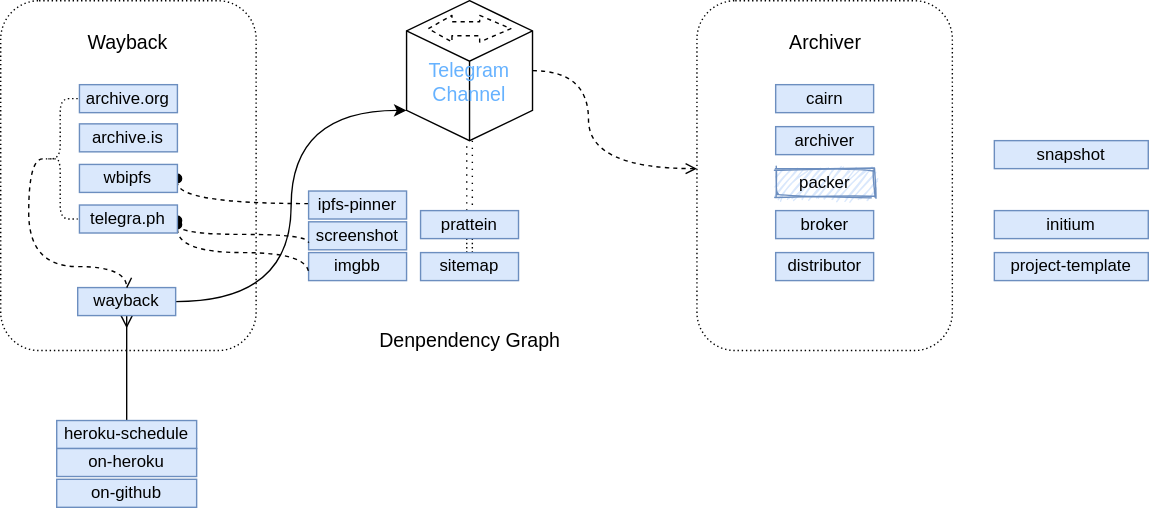
Before: assets/dependency-graph.svg, a diagram exported from draw.io (wabarc/initium). Source tidied: cells renumbered, new cells last; positions are measured from the earlier drawing's top-left corner, leaving out a move shared by most shapes.
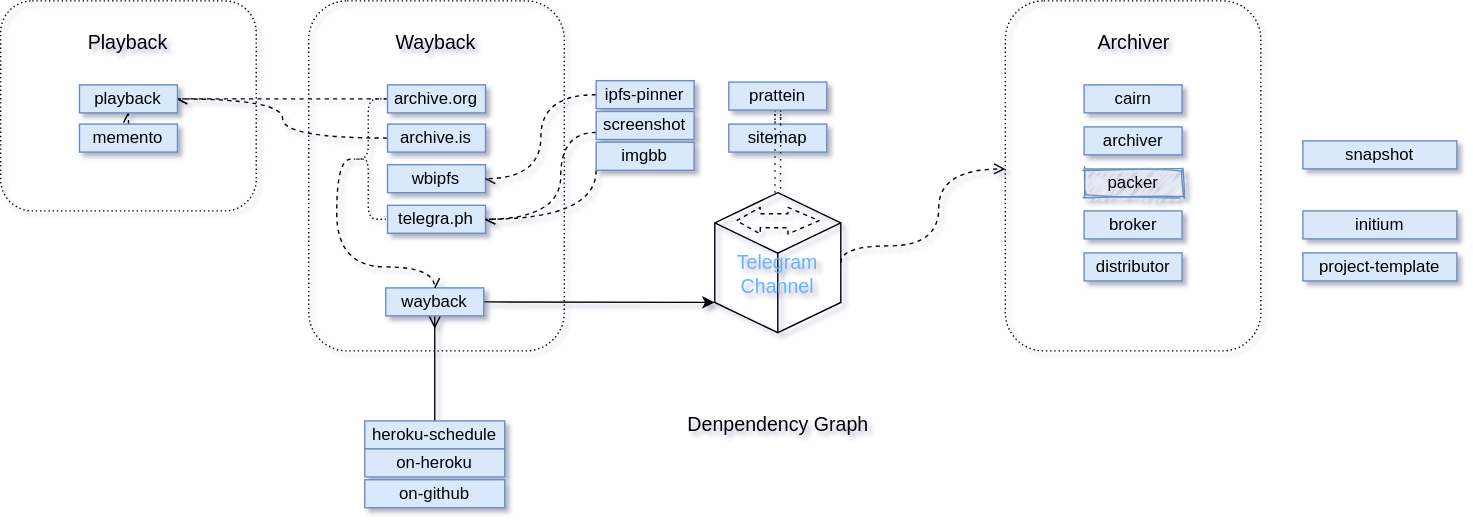
The same diagram one commit later.

Change to the diagram source:
```diff
@@ -1,4 +1,4 @@
-<mxGraphModel>
+<mxGraphModel shadow="1">
   <root>
     <mxCell id="0" />
     <mxCell id="1" parent="0" />
@@ -30,29 +30,19 @@
       <mxGeometry relative="1" as="geometry" />
     </mxCell>
     <mxCell id="11" value="sitemap" style="whiteSpace=wrap;html=1;rounded=0;glass=0;sketch=0;strokeColor=#6c8ebf;strokeWidth=1;fillColor=#dae8fc;imageAspect=1;imageWidth=30;imageHeight=30;shadow=0;" parent="1" vertex="1">
-      <mxGeometry x="300" y="180" width="70" height="20" as="geometry" />
+      <mxGeometry x="300" y="88" width="70" height="20" as="geometry" />
     </mxCell>
     <mxCell id="12" value="snapshot" style="whiteSpace=wrap;html=1;rounded=0;glass=0;sketch=0;strokeColor=#6c8ebf;strokeWidth=1;fillColor=#dae8fc;imageAspect=1;imageWidth=30;imageHeight=30;shadow=0;" parent="1" vertex="1">
       <mxGeometry x="710" y="100" width="110" height="20" as="geometry" />
     </mxCell>
-    <mxCell id="13" style="edgeStyle=orthogonalEdgeStyle;curved=1;rounded=0;sketch=0;jumpStyle=none;jettySize=auto;html=1;shadow=0;startArrow=none;startFill=0;endArrow=oval;endFill=1;strokeColor=#000000;entryX=1;entryY=0.5;entryDx=0;entryDy=0;dashed=1;" parent="1" edge="1" source="14" target="28">
-      <mxGeometry relative="1" as="geometry">
-        <Array as="points">
-          <mxPoint x="126" y="145" />
-        </Array>
-      </mxGeometry>
-    </mxCell>
-    <mxCell id="14" value="ipfs-pinner" style="whiteSpace=wrap;html=1;rounded=0;glass=0;sketch=0;strokeColor=#6c8ebf;strokeWidth=1;fillColor=#dae8fc;imageAspect=1;imageWidth=30;imageHeight=30;shadow=0;" parent="1" vertex="1">
-      <mxGeometry x="220" y="136" width="70" height="20" as="geometry" />
-    </mxCell>
     <mxCell id="15" value="cairn" style="whiteSpace=wrap;html=1;rounded=0;glass=0;sketch=0;strokeColor=#6c8ebf;strokeWidth=1;fillColor=#dae8fc;imageAspect=1;imageWidth=30;imageHeight=30;shadow=0;" parent="1" vertex="1">
       <mxGeometry x="553.8" y="60" width="70" height="20" as="geometry" />
     </mxCell>
-    <mxCell id="16" style="edgeStyle=orthogonalEdgeStyle;curved=1;rounded=0;sketch=0;jumpStyle=none;jettySize=auto;html=1;entryX=0.5;entryY=1;entryDx=0;entryDy=0;entryPerimeter=0;shadow=0;startArrow=none;startFill=0;endArrow=none;endFill=0;strokeColor=#000000;dashed=1;dashPattern=1 4;shape=link;" parent="1" edge="1" source="17" target="23">
+    <mxCell id="16" style="edgeStyle=orthogonalEdgeStyle;curved=1;rounded=0;sketch=0;jumpStyle=none;jettySize=auto;html=1;entryX=0.5;entryY=0;entryDx=0;entryDy=0;entryPerimeter=0;shadow=0;startArrow=none;startFill=0;endArrow=none;endFill=0;strokeColor=#000000;dashed=1;dashPattern=1 4;shape=link;" parent="1" edge="1" source="17" target="23">
       <mxGeometry relative="1" as="geometry" />
     </mxCell>
     <mxCell id="17" value="prattein" style="whiteSpace=wrap;html=1;rounded=0;glass=0;sketch=0;strokeColor=#6c8ebf;strokeWidth=1;fillColor=#dae8fc;imageAspect=1;imageWidth=30;imageHeight=30;shadow=0;" parent="1" vertex="1">
-      <mxGeometry x="300" y="150" width="70" height="20" as="geometry" />
+      <mxGeometry x="300" y="58" width="70" height="20" as="geometry" />
     </mxCell>
     <mxCell id="18" value="archiver" style="whiteSpace=wrap;html=1;rounded=0;glass=0;sketch=0;strokeColor=#6c8ebf;strokeWidth=1;fillColor=#dae8fc;imageAspect=1;imageWidth=30;imageHeight=30;shadow=0;" parent="1" vertex="1">
       <mxGeometry x="553.8" y="90" width="70" height="20" as="geometry" />
@@ -67,7 +57,7 @@
       <mxGeometry x="553.8" y="180" width="70" height="20" as="geometry" />
     </mxCell>
     <mxCell id="22" style="group;shadow=0;sketch=0;" parent="1" vertex="1">
-      <mxGeometry x="290" width="90" height="100" as="geometry" />
+      <mxGeometry x="290" y="137" width="90" height="100" as="geometry" />
     </mxCell>
     <mxCell id="23" value="&lt;span style=&quot;font-size: 14px&quot;&gt;&lt;br&gt;&lt;font color=&quot;#66b2ff&quot;&gt;Telegram&lt;br&gt;Channel&lt;/font&gt;&lt;/span&gt;" style="html=1;whiteSpace=wrap;shape=isoCube2;backgroundOutline=1;isoAngle=15;rounded=0;glass=0;sketch=0;strokeWidth=1;fillColor=none;shadow=0;" parent="22" vertex="1">
       <mxGeometry width="90" height="100" as="geometry" />
@@ -82,8 +72,8 @@
       <mxGeometry relative="1" as="geometry">
         <mxPoint x="497.5" y="120" as="targetPoint" />
         <Array as="points">
-          <mxPoint x="420" y="50" />
-          <mxPoint x="420" y="120" />
+          <mxPoint x="450" y="175" />
+          <mxPoint x="450" y="120" />
         </Array>
       </mxGeometry>
     </mxCell>
@@ -96,9 +86,15 @@
     <mxCell id="28" value="wbipfs" style="whiteSpace=wrap;html=1;rounded=0;glass=0;sketch=0;strokeColor=#6c8ebf;strokeWidth=1;fillColor=#dae8fc;imageAspect=1;imageWidth=30;imageHeight=30;shadow=0;" parent="1" vertex="1">
       <mxGeometry x="56.2" y="117" width="70" height="20" as="geometry" />
     </mxCell>
+    <mxCell id="41" style="edgeStyle=orthogonalEdgeStyle;curved=1;rounded=0;jettySize=auto;html=1;exitX=0;exitY=0.5;exitDx=0;exitDy=0;entryX=1;entryY=0.5;entryDx=0;entryDy=0;dashed=1;endArrow=openAsync;endFill=0;" parent="1" edge="1" source="29" target="46">
+      <mxGeometry relative="1" as="geometry" />
+    </mxCell>
     <mxCell id="29" value="archive.is" style="whiteSpace=wrap;html=1;rounded=0;glass=0;sketch=0;strokeColor=#6c8ebf;strokeWidth=1;fillColor=#dae8fc;imageAspect=1;imageWidth=30;imageHeight=30;shadow=0;" parent="1" vertex="1">
       <mxGeometry x="56.2" y="88" width="70" height="20" as="geometry" />
     </mxCell>
+    <mxCell id="42" style="edgeStyle=orthogonalEdgeStyle;rounded=0;jettySize=auto;html=1;exitX=0;exitY=0.5;exitDx=0;exitDy=0;entryX=1;entryY=0.5;entryDx=0;entryDy=0;curved=1;dashed=1;endArrow=openAsync;endFill=0;" parent="1" edge="1" source="30" target="46">
+      <mxGeometry relative="1" as="geometry" />
+    </mxCell>
     <mxCell id="30" value="archive.org" style="whiteSpace=wrap;html=1;rounded=0;glass=0;sketch=0;strokeColor=#6c8ebf;strokeWidth=1;fillColor=#dae8fc;imageAspect=1;imageWidth=30;imageHeight=30;shadow=0;" parent="1" vertex="1">
       <mxGeometry x="56.2" y="60" width="70" height="20" as="geometry" />
     </mxCell>
@@ -118,37 +114,51 @@
       <mxGeometry x="30" y="70" width="25" height="86" as="geometry" />
     </mxCell>
     <mxCell id="34" value="&lt;font style=&quot;font-size: 14px ; font-weight: normal&quot;&gt;Denpendency Graph&lt;/font&gt;" style="text;strokeColor=none;fillColor=none;html=1;fontSize=24;fontStyle=1;verticalAlign=middle;align=center;rounded=0;shadow=0;glass=0;dashed=1;dashPattern=1 2;sketch=0;" parent="1" vertex="1">
-      <mxGeometry x="267.5" y="220" width="135" height="40" as="geometry" />
+      <mxGeometry x="267.5" y="280" width="135" height="40" as="geometry" />
     </mxCell>
-    <mxCell id="35" value="screenshot" style="whiteSpace=wrap;html=1;rounded=0;glass=0;sketch=0;strokeColor=#6c8ebf;strokeWidth=1;fillColor=#dae8fc;imageAspect=1;imageWidth=30;imageHeight=30;shadow=0;" parent="1" vertex="1">
-      <mxGeometry x="220" y="158" width="70" height="20" as="geometry" />
-    </mxCell>
-    <mxCell id="36" style="endArrow=none;dashed=1;html=1;entryX=0;entryY=0.75;entryDx=0;entryDy=0;edgeStyle=orthogonalEdgeStyle;curved=1;startArrow=oval;startFill=1;endFill=0;shadow=0;sketch=0;" parent="1" edge="1" target="35">
-      <mxGeometry relative="1" as="geometry">
-        <mxPoint x="126.2" y="157" as="sourcePoint" />
-        <Array as="points">
-          <mxPoint x="126" y="167" />
-          <mxPoint x="220" y="167" />
-        </Array>
-      </mxGeometry>
-    </mxCell>
-    <mxCell id="37" value="imgbb" style="whiteSpace=wrap;html=1;rounded=0;glass=0;sketch=0;strokeColor=#6c8ebf;strokeWidth=1;fillColor=#dae8fc;imageAspect=1;imageWidth=30;imageHeight=30;shadow=0;" parent="1" vertex="1">
-      <mxGeometry x="220" y="180" width="70" height="20" as="geometry" />
-    </mxCell>
-    <mxCell id="38" style="endArrow=none;dashed=1;html=1;strokeWidth=1;entryX=0;entryY=0.75;entryDx=0;entryDy=0;edgeStyle=orthogonalEdgeStyle;curved=1;startArrow=oval;startFill=1;shadow=0;sketch=0;" parent="1" edge="1" target="37">
-      <mxGeometry relative="1" as="geometry">
-        <mxPoint x="126.2" y="160" as="sourcePoint" />
-        <Array as="points">
-          <mxPoint x="126" y="180" />
-          <mxPoint x="220" y="180" />
-        </Array>
-      </mxGeometry>
-    </mxCell>
     <mxCell id="39" value="telegra.ph" style="whiteSpace=wrap;html=1;rounded=0;glass=0;sketch=0;strokeColor=#6c8ebf;strokeWidth=1;fillColor=#dae8fc;imageAspect=1;imageWidth=30;imageHeight=30;shadow=0;" parent="1" vertex="1">
       <mxGeometry x="56.2" y="146" width="70" height="20" as="geometry" />
     </mxCell>
     <mxCell id="40" value="on-github" style="whiteSpace=wrap;html=1;rounded=0;glass=0;sketch=0;strokeColor=#6c8ebf;strokeWidth=1;fillColor=#dae8fc;imageAspect=1;imageWidth=30;imageHeight=30;shadow=0;" parent="1" vertex="1">
       <mxGeometry x="40" y="342" width="100" height="20" as="geometry" />
     </mxCell>
+    <mxCell id="43" style="rounded=1;whiteSpace=wrap;html=1;strokeWidth=1;fillWeight=4;hachureGap=8;hachureAngle=45;sketch=0;fillColor=none;dashed=1;dashPattern=1 2;shadow=0;" parent="1" vertex="1">
+      <mxGeometry x="-220" width="182.5" height="150" as="geometry" />
+    </mxCell>
+    <mxCell id="44" style="edgeStyle=orthogonalEdgeStyle;curved=1;rounded=0;jettySize=auto;html=1;exitX=0.5;exitY=0;exitDx=0;exitDy=0;entryX=0.5;entryY=1;entryDx=0;entryDy=0;dashed=1;endArrow=openAsync;endFill=0;" parent="1" edge="1" source="45" target="46">
+      <mxGeometry relative="1" as="geometry" />
+    </mxCell>
+    <mxCell id="45" value="memento" style="whiteSpace=wrap;html=1;rounded=0;glass=0;sketch=0;strokeColor=#6c8ebf;strokeWidth=1;fillColor=#dae8fc;imageAspect=1;imageWidth=30;imageHeight=30;shadow=0;" parent="1" vertex="1">
+      <mxGeometry x="-163.8" y="88" width="70" height="20" as="geometry" />
+    </mxCell>
+    <mxCell id="46" value="playback" style="whiteSpace=wrap;html=1;rounded=0;glass=0;sketch=0;strokeColor=#6c8ebf;strokeWidth=1;fillColor=#dae8fc;imageAspect=1;imageWidth=30;imageHeight=30;shadow=0;" parent="1" vertex="1">
+      <mxGeometry x="-163.8" y="60" width="70" height="20" as="geometry" />
+    </mxCell>
+    <mxCell id="47" value="&lt;font style=&quot;font-size: 14px&quot;&gt;Playback&lt;/font&gt;" style="text;html=1;strokeColor=none;fillColor=none;align=center;verticalAlign=middle;whiteSpace=wrap;rounded=0;shadow=0;glass=0;dashed=1;dashPattern=1 2;sketch=0;" parent="1" vertex="1">
+      <mxGeometry x="-148.8" y="20" width="40" height="20" as="geometry" />
+    </mxCell>
+    <mxCell id="13" style="edgeStyle=orthogonalEdgeStyle;curved=1;rounded=0;jettySize=auto;html=1;exitX=0;exitY=0.5;exitDx=0;exitDy=0;entryX=1;entryY=0.5;entryDx=0;entryDy=0;dashed=1;endArrow=openAsync;endFill=0;" parent="1" edge="1" source="14" target="28">
+      <mxGeometry relative="1" as="geometry" />
+    </mxCell>
+    <mxCell id="14" value="ipfs-pinner" style="whiteSpace=wrap;html=1;rounded=0;glass=0;sketch=0;strokeColor=#6c8ebf;strokeWidth=1;fillColor=#dae8fc;imageAspect=1;imageWidth=30;imageHeight=30;shadow=0;" parent="1" vertex="1">
+      <mxGeometry x="205.2" y="57" width="70" height="20" as="geometry" />
+    </mxCell>
+    <mxCell id="48" style="edgeStyle=orthogonalEdgeStyle;curved=1;rounded=0;jettySize=auto;html=1;exitX=0;exitY=0.75;exitDx=0;exitDy=0;entryX=1;entryY=0.5;entryDx=0;entryDy=0;dashed=1;endArrow=openAsync;endFill=0;" parent="1" edge="1" source="35" target="39">
+      <mxGeometry relative="1" as="geometry">
+        <Array as="points">
+          <mxPoint x="180" y="94" />
+          <mxPoint x="180" y="156" />
+        </Array>
+      </mxGeometry>
+    </mxCell>
+    <mxCell id="35" value="screenshot" style="whiteSpace=wrap;html=1;rounded=0;glass=0;sketch=0;strokeColor=#6c8ebf;strokeWidth=1;fillColor=#dae8fc;imageAspect=1;imageWidth=30;imageHeight=30;shadow=0;" parent="1" vertex="1">
+      <mxGeometry x="205.2" y="79" width="70" height="20" as="geometry" />
+    </mxCell>
+    <mxCell id="49" style="edgeStyle=orthogonalEdgeStyle;curved=1;rounded=0;jettySize=auto;html=1;exitX=0;exitY=1;exitDx=0;exitDy=0;entryX=1;entryY=0.5;entryDx=0;entryDy=0;dashed=1;endArrow=openAsync;endFill=0;" parent="1" edge="1" source="37" target="39">
+      <mxGeometry relative="1" as="geometry" />
+    </mxCell>
+    <mxCell id="37" value="imgbb" style="whiteSpace=wrap;html=1;rounded=0;glass=0;sketch=0;strokeColor=#6c8ebf;strokeWidth=1;fillColor=#dae8fc;imageAspect=1;imageWidth=30;imageHeight=30;shadow=0;" parent="1" vertex="1">
+      <mxGeometry x="205.2" y="101" width="70" height="20" as="geometry" />
+    </mxCell>
   </root>
 </mxGraphModel>
```
